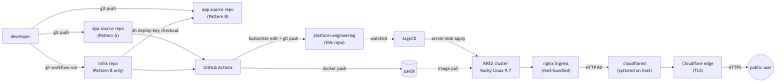
This is docs/diagrams/diagram-architecture-overview.png from alexmchughdev/cicd-gitops-pipeline, a Mermaid export, as it was before one commit. Its source is kept beside it as docs/diagrams/diagram-architecture-overview.mmd.
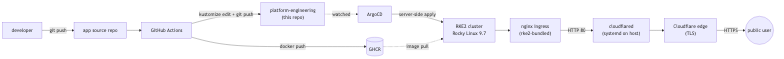
The same diagram one commit later.

Change to the diagram source:
```diff
@@ -1,8 +1,6 @@
 flowchart LR
   dev["developer"]
-  appA["app source repo<br/>(Pattern A)"]
-  appB["app source repo<br/>(Pattern B)"]
-  infraB["infra repo<br/>(Pattern B only)"]
+  appRepo["app source repo"]
   ci["GitHub Actions"]
   ghcr[("GHCR")]
   manifest["platform-engineering<br/>(this repo)"]
@@ -13,12 +11,8 @@
   cf["Cloudflare edge<br/>(TLS)"]
   user(("public user"))
 
-  dev -- git push --> appA
-  dev -- git push --> appB
-  dev -- gh workflow run --> infraB
-  appA --> ci
-  infraB -- "ssh deploy-key checkout" --> appB
-  infraB --> ci
+  dev -- git push --> appRepo
+  appRepo --> ci
   ci -- docker push --> ghcr
   ci -- "kustomize edit + git push" --> manifest
   manifest -. watched .-> argocd
```
